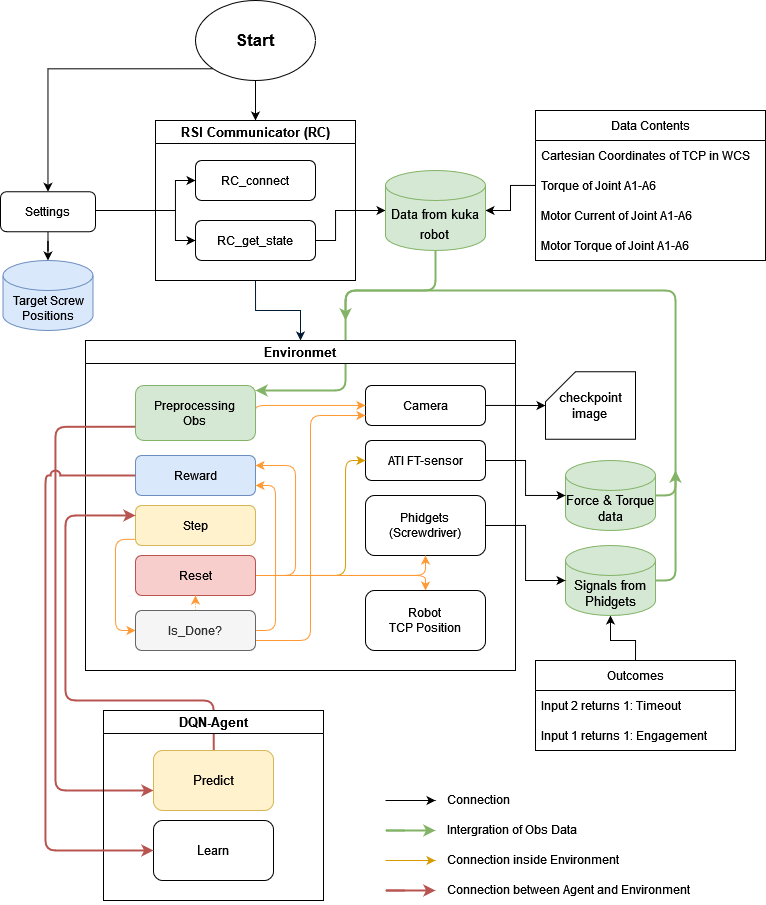
This is New_Worflow.png from TONiiV/flowcharts, a draw.io export, as it was before one commit. Source tidied: cells renumbered, new cells last; positions are measured from the earlier drawing's top-left corner, leaving out a move shared by most shapes.
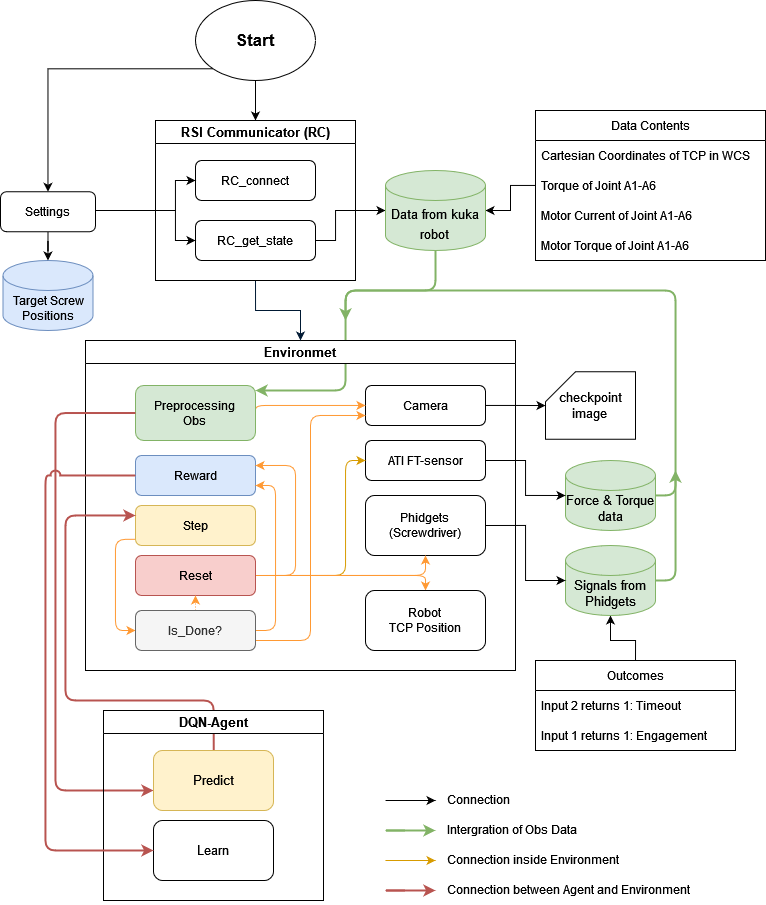
Later version of the same file.

The edit, as a diff of the source:
```diff
@@ -227,10 +227,10 @@
     <mxCell id="53" value="Settings" style="rounded=1;whiteSpace=wrap;html=1;" parent="1" vertex="1">
       <mxGeometry y="191.2" width="95" height="40" as="geometry" />
     </mxCell>
-    <mxCell id="54" style="edgeStyle=orthogonalEdgeStyle;rounded=1;jumpStyle=arc;jumpSize=8;jettySize=auto;html=1;exitX=0;exitY=0.75;exitDx=0;exitDy=0;strokeColor=#b85450;fillColor=#f8cecc;strokeWidth=2;" parent="1" edge="1" source="16" target="57">
+    <mxCell id="54" style="edgeStyle=orthogonalEdgeStyle;rounded=1;jumpStyle=arc;jumpSize=8;jettySize=auto;html=1;exitX=0;exitY=0.5;exitDx=0;exitDy=0;strokeColor=#b85450;fillColor=#f8cecc;strokeWidth=2;" parent="1" edge="1" source="16" target="57">
       <mxGeometry relative="1" as="geometry">
         <Array as="points">
-          <mxPoint x="55" y="426" />
+          <mxPoint x="55" y="413" />
           <mxPoint x="55" y="790" />
         </Array>
       </mxGeometry>
```
